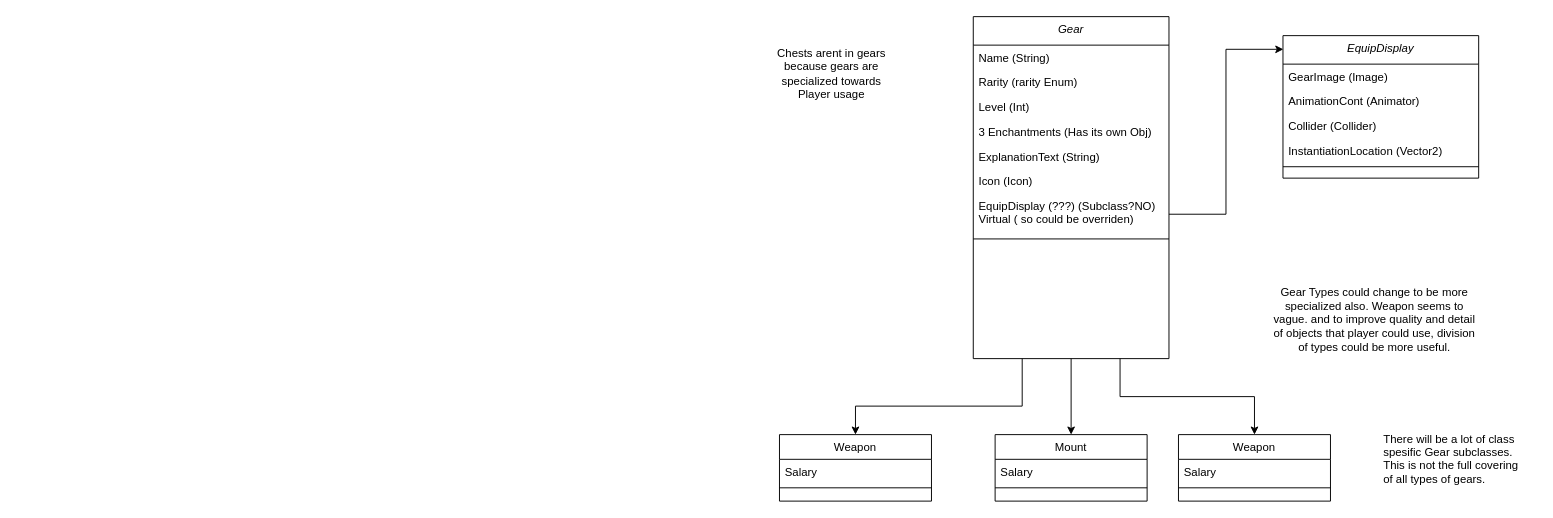
The draw.io diagram GearHierarchy.drawio in DaghanS/GameUpdate, before the edit. Source tidied: cells renumbered, new cells numbered last; positions are measured from the earlier drawing's top-left corner, leaving out a move shared by most shapes. Both pictures are drawn from the tidied source at 95%, with x=0, y=0 at pixel (770, 16).
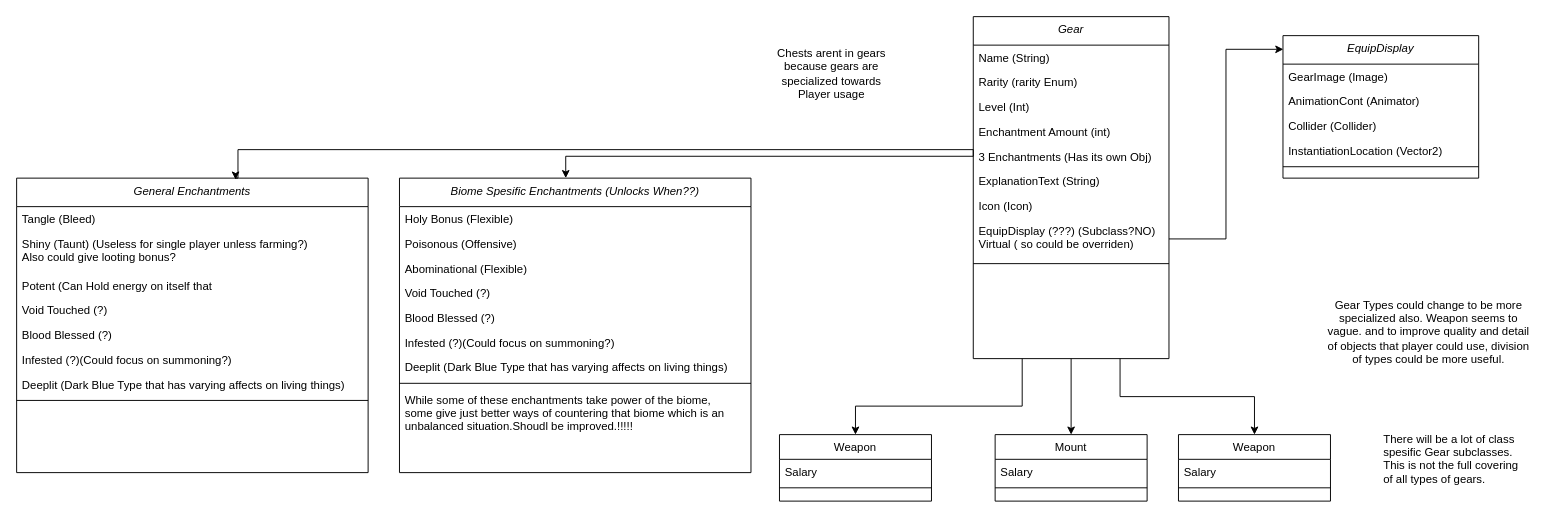
Above is the later version.

The change refers to these unchanged cells:
```xml
<mxCell id="5" value="Gear&#10;" style="swimlane;fontStyle=2;align=center;verticalAlign=top;horizontal=1;startSize=30;rounded=0;shadow=0;strokeWidth=1;strokeColor=default;" parent="1" vertex="1">
  <mxGeometry x="214" width="206" height="360" as="geometry" />
</mxCell>
```

The edit, as a diff of the source:
```diff
@@
+    <mxCell id="33" value="Enchantment Amount (int)" style="text;align=left;verticalAlign=top;spacingLeft=4;spacingRight=4;overflow=hidden;" parent="5" vertex="1">
+      <mxGeometry y="108" width="206" height="26" as="geometry" />
+    </mxCell>
     <mxCell id="9" value="3 Enchantments (Has its own Obj)" style="text;align=left;verticalAlign=top;spacingLeft=4;spacingRight=4;overflow=hidden;points=[[0,0.5],[1,0.5]];portConstraint=eastwest;" parent="5" vertex="1">
-      <mxGeometry y="108" width="206" height="26" as="geometry" />
+      <mxGeometry y="134" width="206" height="26" as="geometry" />
     </mxCell>
     <mxCell id="10" value="ExplanationText (String)&#10;" style="text;align=left;verticalAlign=top;spacingLeft=4;spacingRight=4;overflow=hidden;" parent="5" vertex="1">
-      <mxGeometry y="134" width="206" height="26" as="geometry" />
+      <mxGeometry y="160" width="206" height="26" as="geometry" />
     </mxCell>
     <mxCell id="11" value="Icon (Icon)" style="text;align=left;verticalAlign=top;spacingLeft=4;spacingRight=4;overflow=hidden;" parent="5" vertex="1">
-      <mxGeometry y="160" width="206" height="26" as="geometry" />
+      <mxGeometry y="186" width="206" height="26" as="geometry" />
     </mxCell>
     <mxCell id="12" value="EquipDisplay (???) (Subclass?NO)&#10;Virtual ( so could be overriden)&#10;" style="text;align=left;verticalAlign=top;spacingLeft=4;spacingRight=4;overflow=hidden;points=[[0,0.5],[1,0.5]];portConstraint=eastwest;" parent="5" vertex="1">
-      <mxGeometry y="186" width="206" height="44" as="geometry" />
+      <mxGeometry y="212" width="206" height="44" as="geometry" />
     </mxCell>
     <mxCell id="13" style="line;html=1;strokeWidth=1;align=left;verticalAlign=middle;spacingTop=-1;spacingLeft=3;spacingRight=3;labelPosition=right;" parent="5" vertex="1">
-      <mxGeometry y="230" width="206" height="8" as="geometry" />
+      <mxGeometry y="256" width="206" height="8" as="geometry" />
     </mxCell>
@@
     <mxCell id="32" value="Gear Types could change to be more specialized also. Weapon seems to vague. and to improve quality and detail of objects that player could use, division of types could be more useful." style="text;html=1;strokeColor=none;fillColor=none;align=center;verticalAlign=middle;whiteSpace=wrap;rounded=0;" parent="1" vertex="1">
-      <mxGeometry x="523" y="247" width="227" height="143" as="geometry" />
+      <mxGeometry x="580" y="260" width="227" height="143" as="geometry" />
     </mxCell>
+    <mxCell id="34" value="Biome Spesific Enchantments (Unlocks When??)" style="swimlane;fontStyle=2;align=center;verticalAlign=top;horizontal=1;startSize=30;rounded=0;shadow=0;strokeWidth=1;strokeColor=default;" parent="1" vertex="1">
+      <mxGeometry x="-390" y="170" width="370" height="310" as="geometry" />
+    </mxCell>
+    <mxCell id="35" value="Holy Bonus (Flexible)" style="text;align=left;verticalAlign=top;spacingLeft=4;spacingRight=4;overflow=hidden;" parent="34" vertex="1">
+      <mxGeometry y="30" width="370" height="26" as="geometry" />
+    </mxCell>
+    <mxCell id="36" value="Poisonous (Offensive)" style="text;align=left;verticalAlign=top;spacingLeft=4;spacingRight=4;overflow=hidden;" parent="34" vertex="1">
+      <mxGeometry y="56" width="370" height="26" as="geometry" />
+    </mxCell>
+    <mxCell id="37" value="Abominational (Flexible)" style="text;align=left;verticalAlign=top;spacingLeft=4;spacingRight=4;overflow=hidden;" parent="34" vertex="1">
+      <mxGeometry y="82" width="370" height="26" as="geometry" />
+    </mxCell>
+    <mxCell id="38" value="Void Touched (?)" style="text;align=left;verticalAlign=top;spacingLeft=4;spacingRight=4;overflow=hidden;" parent="34" vertex="1">
+      <mxGeometry y="108" width="370" height="26" as="geometry" />
+    </mxCell>
+    <mxCell id="39" value="Blood Blessed (?)" style="text;align=left;verticalAlign=top;spacingLeft=4;spacingRight=4;overflow=hidden;" parent="34" vertex="1">
+      <mxGeometry y="134" width="370" height="26" as="geometry" />
+    </mxCell>
+    <mxCell id="40" value="Infested (?)(Could focus on summoning?)" style="text;align=left;verticalAlign=top;spacingLeft=4;spacingRight=4;overflow=hidden;" parent="34" vertex="1">
+      <mxGeometry y="160" width="370" height="26" as="geometry" />
+    </mxCell>
+    <mxCell id="41" value="Deeplit (Dark Blue Type that has varying affects on living things)" style="text;align=left;verticalAlign=top;spacingLeft=4;spacingRight=4;overflow=hidden;" parent="34" vertex="1">
+      <mxGeometry y="186" width="370" height="26" as="geometry" />
+    </mxCell>
+    <mxCell id="42" style="line;html=1;strokeWidth=1;align=left;verticalAlign=middle;spacingTop=-1;spacingLeft=3;spacingRight=3;labelPosition=right;" parent="34" vertex="1">
+      <mxGeometry y="212" width="370" height="8" as="geometry" />
+    </mxCell>
+    <mxCell id="43" value="While some of these enchantments take power of the biome,&#10;some give just better ways of countering that biome which is an &#10;unbalanced situation.Shoudl be improved.!!!!!" style="text;align=left;verticalAlign=top;spacingLeft=4;spacingRight=4;overflow=hidden;" parent="34" vertex="1">
+      <mxGeometry y="220" width="370" height="50" as="geometry" />
+    </mxCell>
+    <mxCell id="44" style="edgeStyle=orthogonalEdgeStyle;rounded=0;jettySize=auto;html=1;exitX=0;exitY=0.5;exitDx=0;exitDy=0;entryX=0.473;entryY=0;entryDx=0;entryDy=0;entryPerimeter=0;" parent="1" edge="1" source="9" target="34">
+      <mxGeometry relative="1" as="geometry">
+        <Array as="points">
+          <mxPoint x="-215" y="147" />
+        </Array>
+      </mxGeometry>
+    </mxCell>
+    <mxCell id="45" value="General Enchantments" style="swimlane;fontStyle=2;align=center;verticalAlign=top;horizontal=1;startSize=30;rounded=0;shadow=0;strokeWidth=1;strokeColor=default;" parent="1" vertex="1">
+      <mxGeometry x="-793" y="170" width="370" height="310" as="geometry" />
+    </mxCell>
+    <mxCell id="46" value="Tangle (Bleed)" style="text;align=left;verticalAlign=top;spacingLeft=4;spacingRight=4;overflow=hidden;" parent="45" vertex="1">
+      <mxGeometry y="30" width="370" height="26" as="geometry" />
+    </mxCell>
+    <mxCell id="47" value="Shiny (Taunt) (Useless for single player unless farming?)&#10;Also could give looting bonus?" style="text;align=left;verticalAlign=top;spacingLeft=4;spacingRight=4;overflow=hidden;" parent="45" vertex="1">
+      <mxGeometry y="56" width="370" height="44" as="geometry" />
+    </mxCell>
+    <mxCell id="48" value="Potent (Can Hold energy on itself that" style="text;align=left;verticalAlign=top;spacingLeft=4;spacingRight=4;overflow=hidden;" parent="45" vertex="1">
+      <mxGeometry y="100" width="370" height="26" as="geometry" />
+    </mxCell>
+    <mxCell id="49" value="Void Touched (?)" style="text;align=left;verticalAlign=top;spacingLeft=4;spacingRight=4;overflow=hidden;" parent="45" vertex="1">
+      <mxGeometry y="126" width="370" height="26" as="geometry" />
+    </mxCell>
+    <mxCell id="50" value="Blood Blessed (?)" style="text;align=left;verticalAlign=top;spacingLeft=4;spacingRight=4;overflow=hidden;" parent="45" vertex="1">
+      <mxGeometry y="152" width="370" height="26" as="geometry" />
+    </mxCell>
+    <mxCell id="51" value="Infested (?)(Could focus on summoning?)" style="text;align=left;verticalAlign=top;spacingLeft=4;spacingRight=4;overflow=hidden;" parent="45" vertex="1">
+      <mxGeometry y="178" width="370" height="26" as="geometry" />
+    </mxCell>
+    <mxCell id="52" value="Deeplit (Dark Blue Type that has varying affects on living things)" style="text;align=left;verticalAlign=top;spacingLeft=4;spacingRight=4;overflow=hidden;" parent="45" vertex="1">
+      <mxGeometry y="204" width="370" height="26" as="geometry" />
+    </mxCell>
+    <mxCell id="53" style="line;html=1;strokeWidth=1;align=left;verticalAlign=middle;spacingTop=-1;spacingLeft=3;spacingRight=3;labelPosition=right;" parent="45" vertex="1">
+      <mxGeometry y="230" width="370" height="8" as="geometry" />
+    </mxCell>
+    <mxCell id="54" style="edgeStyle=orthogonalEdgeStyle;rounded=0;jettySize=auto;html=1;exitX=0;exitY=0.5;exitDx=0;exitDy=0;entryX=0.623;entryY=0.005;entryDx=0;entryDy=0;entryPerimeter=0;" parent="1" edge="1" target="45">
+      <mxGeometry relative="1" as="geometry">
+        <mxPoint x="214" y="147" as="sourcePoint" />
+        <Array as="points">
+          <mxPoint x="214" y="140" />
+          <mxPoint x="-560" y="140" />
+          <mxPoint x="-560" y="170" />
+          <mxPoint x="-562" y="170" />
+        </Array>
+      </mxGeometry>
+    </mxCell>
```
